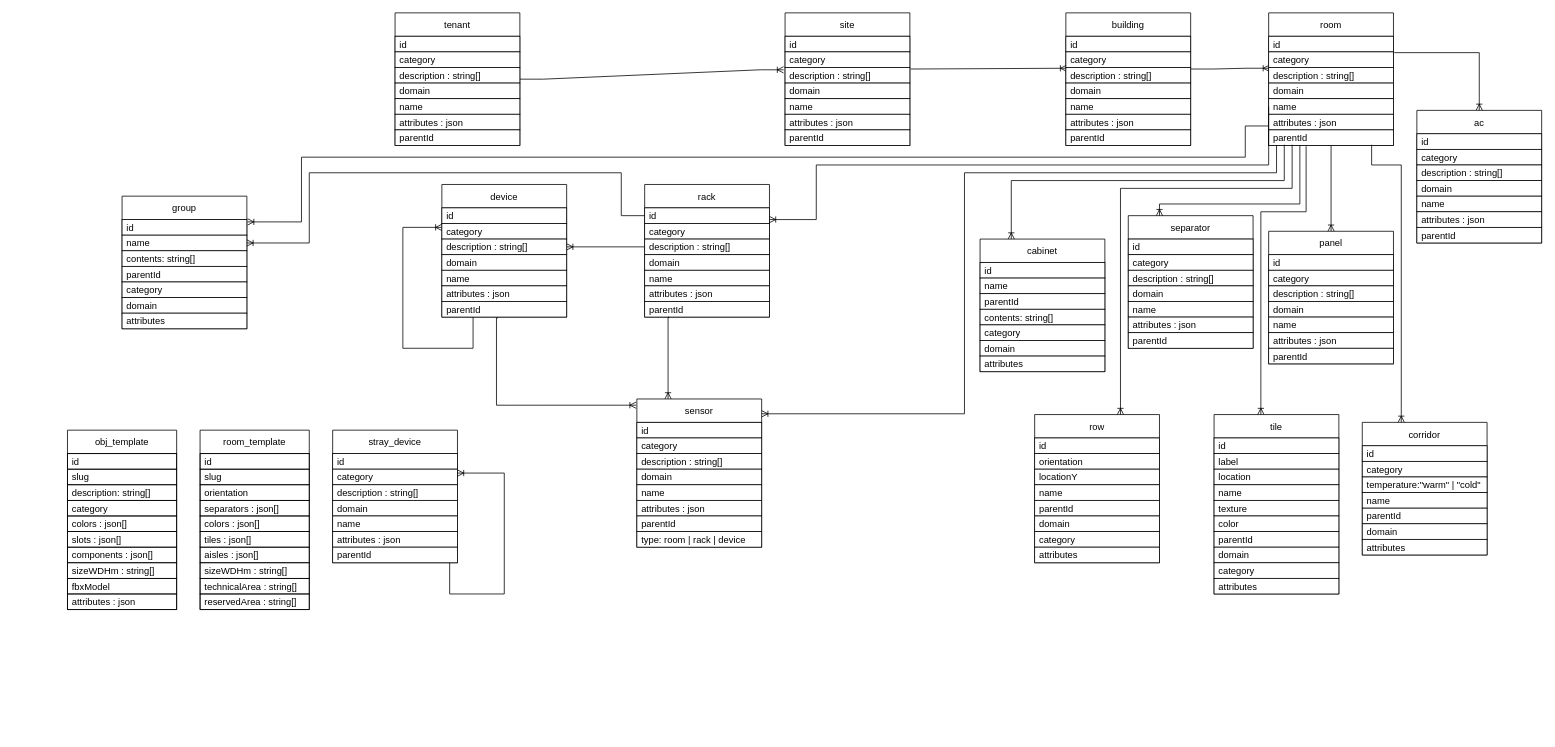
This is resources/diagrams/DB.drawio from ditrit/OGrEE-Core, a draw.io file, before an edit. Source tidied: cells renumbered, new cells numbered last; positions are measured from the earlier drawing's top-left corner, leaving out a move shared by most shapes. Both pictures are drawn from the tidied source at 78%, with x=0, y=0 at pixel (67, 12).
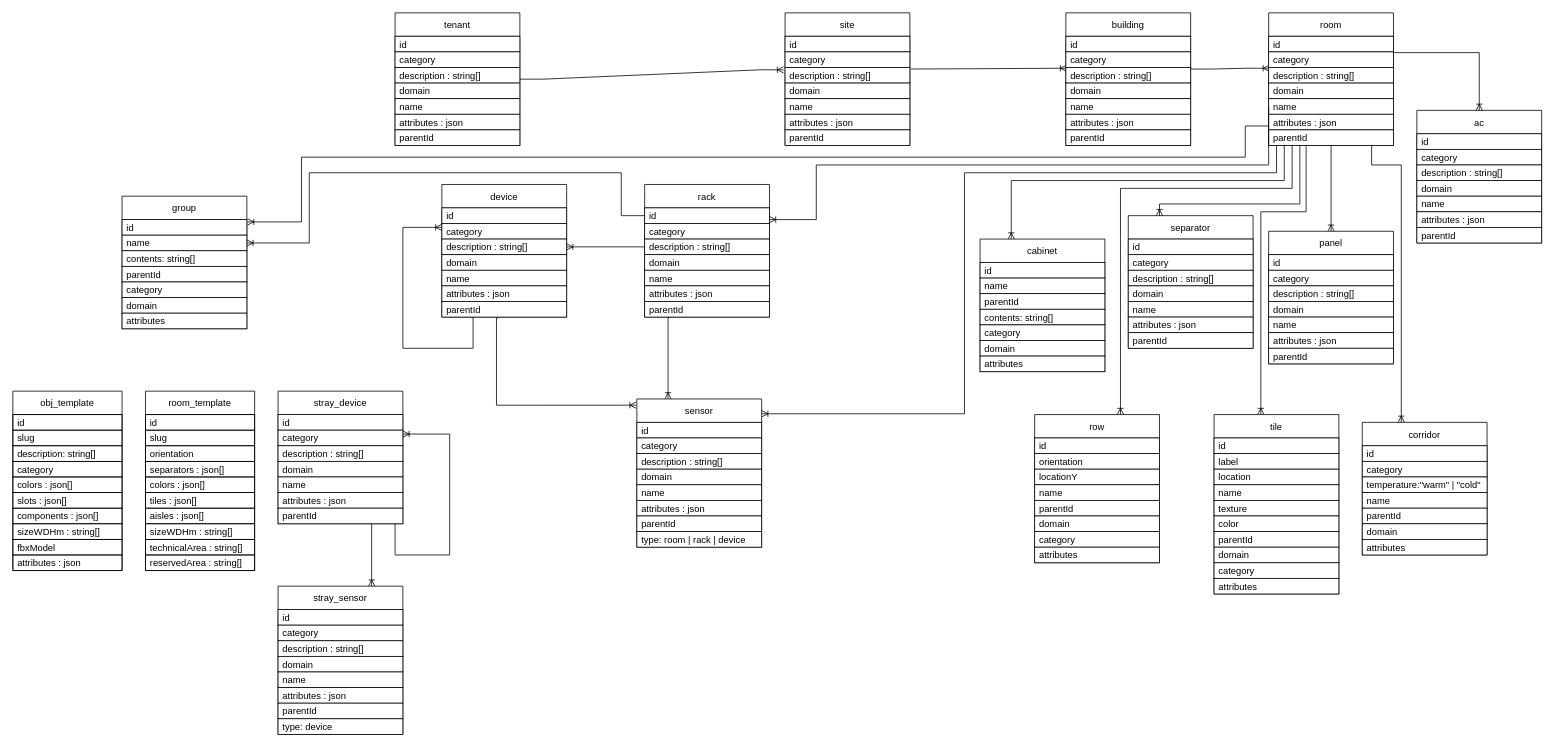
After the change.

Commit message (it also covers changes not shown here):
Added stray-sensors and made Stray-devices unique for each parent and not for each name

Diff of the diagram source:
```diff
@@
     <mxCell id="13" value="room_template" style="swimlane;fontStyle=0;horizontal=1;startSize=30;fontColor=default;strokeColor=default;fillColor=default;" parent="1" vertex="1">
-      <mxGeometry x="170" y="535" width="140" height="230" as="geometry" />
+      <mxGeometry x="100" y="485" width="140" height="230" as="geometry" />
     </mxCell>
@@
     <mxCell id="70" value="obj_template" style="swimlane;fontStyle=0;horizontal=1;startSize=30;fontColor=default;strokeColor=default;fillColor=default;" parent="1" vertex="1">
-      <mxGeometry y="535" width="140" height="230" as="geometry" />
+      <mxGeometry x="-70" y="485" width="140" height="230" as="geometry" />
     </mxCell>
@@
     <mxCell id="182" value="stray_device" style="swimlane;fontStyle=0;horizontal=1;startSize=30;fillColor=default;strokeColor=default;fontColor=default;" parent="1" vertex="1">
-      <mxGeometry x="340" y="535" width="160" height="170" as="geometry" />
+      <mxGeometry x="270" y="485" width="160" height="170" as="geometry" />
     </mxCell>
@@
+    <mxCell id="191" value="stray_sensor" style="swimlane;fontStyle=0;horizontal=1;startSize=30;fillColor=default;strokeColor=default;fontColor=default;" parent="1" vertex="1">
+      <mxGeometry x="270" y="735" width="160" height="190" as="geometry" />
+    </mxCell>
+    <mxCell id="192" value="id" style="text;strokeColor=default;fillColor=default;align=left;verticalAlign=middle;spacingLeft=4;spacingRight=4;overflow=hidden;fontColor=default;" parent="191" vertex="1">
+      <mxGeometry y="30" width="160" height="20" as="geometry" />
+    </mxCell>
+    <mxCell id="193" value="category" style="text;strokeColor=default;fillColor=default;align=left;verticalAlign=middle;spacingLeft=4;spacingRight=4;overflow=hidden;fontColor=default;" parent="191" vertex="1">
+      <mxGeometry y="50" width="160" height="20" as="geometry" />
+    </mxCell>
+    <mxCell id="194" value="description : string[]" style="text;strokeColor=default;fillColor=default;align=left;verticalAlign=middle;spacingLeft=4;spacingRight=4;overflow=hidden;fontColor=default;" parent="191" vertex="1">
+      <mxGeometry y="70" width="160" height="20" as="geometry" />
+    </mxCell>
+    <mxCell id="195" value="domain" style="text;strokeColor=default;fillColor=default;align=left;verticalAlign=middle;spacingLeft=4;spacingRight=4;overflow=hidden;fontColor=default;" parent="191" vertex="1">
+      <mxGeometry y="90" width="160" height="20" as="geometry" />
+    </mxCell>
+    <mxCell id="196" value="name" style="text;strokeColor=default;fillColor=default;align=left;verticalAlign=middle;spacingLeft=4;spacingRight=4;overflow=hidden;fontColor=default;" parent="191" vertex="1">
+      <mxGeometry y="110" width="160" height="20" as="geometry" />
+    </mxCell>
+    <mxCell id="197" value="attributes : json" style="text;strokeColor=default;fillColor=default;align=left;verticalAlign=middle;spacingLeft=4;spacingRight=4;overflow=hidden;fontColor=default;" parent="191" vertex="1">
+      <mxGeometry y="130" width="160" height="20" as="geometry" />
+    </mxCell>
+    <mxCell id="198" value="parentId" style="text;strokeColor=default;fillColor=default;align=left;verticalAlign=middle;spacingLeft=4;spacingRight=4;overflow=hidden;fontColor=default;" parent="191" vertex="1">
+      <mxGeometry y="150" width="160" height="20" as="geometry" />
+    </mxCell>
+    <mxCell id="199" value="type:  device" style="text;strokeColor=default;fillColor=default;align=left;verticalAlign=middle;spacingLeft=4;spacingRight=4;overflow=hidden;fontColor=default;" parent="191" vertex="1">
+      <mxGeometry y="170" width="160" height="20" as="geometry" />
+    </mxCell>
+    <mxCell id="200" style="endArrow=ERoneToMany;html=1;rounded=0;labelBackgroundColor=default;fontColor=default;strokeColor=default;edgeStyle=orthogonalEdgeStyle;endFill=0;exitX=0.5;exitY=1;exitDx=0;exitDy=0;entryX=0.75;entryY=0;entryDx=0;entryDy=0;" parent="1" edge="1" target="191">
+      <mxGeometry relative="1" as="geometry">
+        <mxPoint x="390" y="655" as="sourcePoint" />
+        <Array as="points">
+          <mxPoint x="390" y="695" />
+          <mxPoint x="390" y="695" />
+        </Array>
+      </mxGeometry>
+    </mxCell>
```
